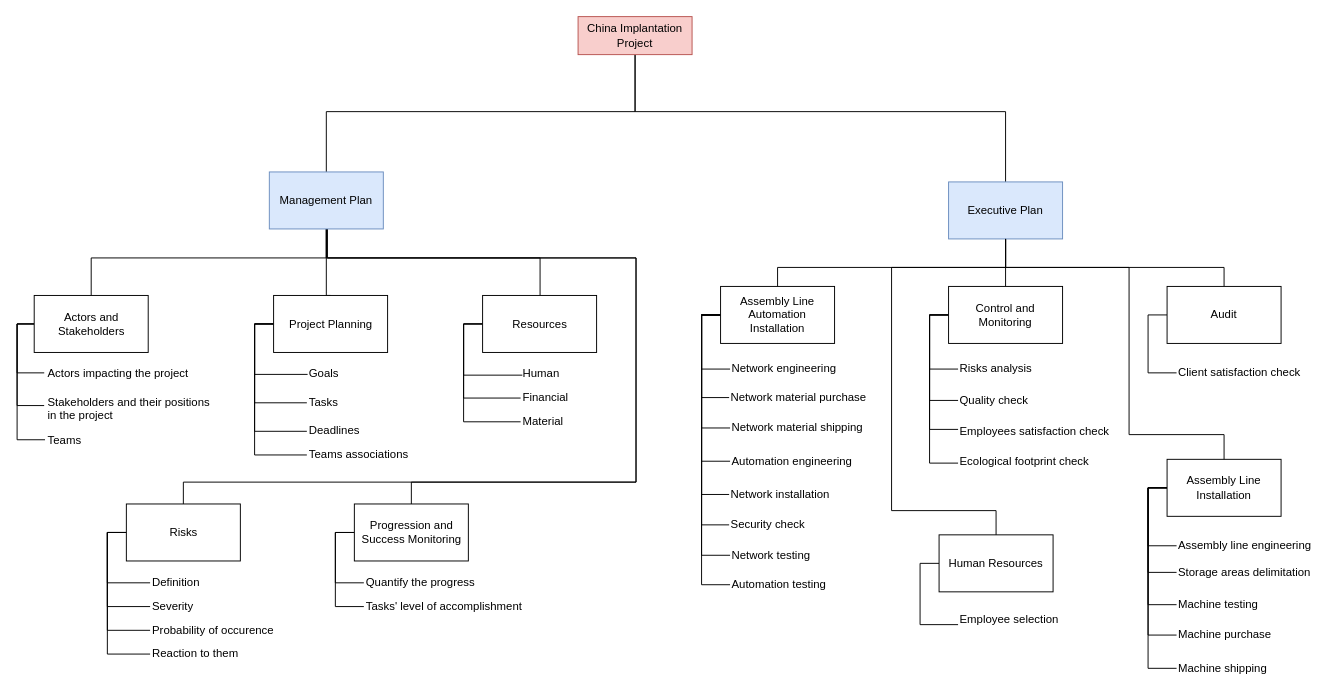
Before: WBS Management Inter.drawio in RomainJunca/ManagementInterA5, a draw.io diagram. Source tidied: cells renumbered, new cells numbered last; positions are measured from the earlier drawing's top-left corner, leaving out a move shared by most shapes. Both pictures are drawn from the tidied source at 95%, with x=0, y=0 at pixel (16, 16).
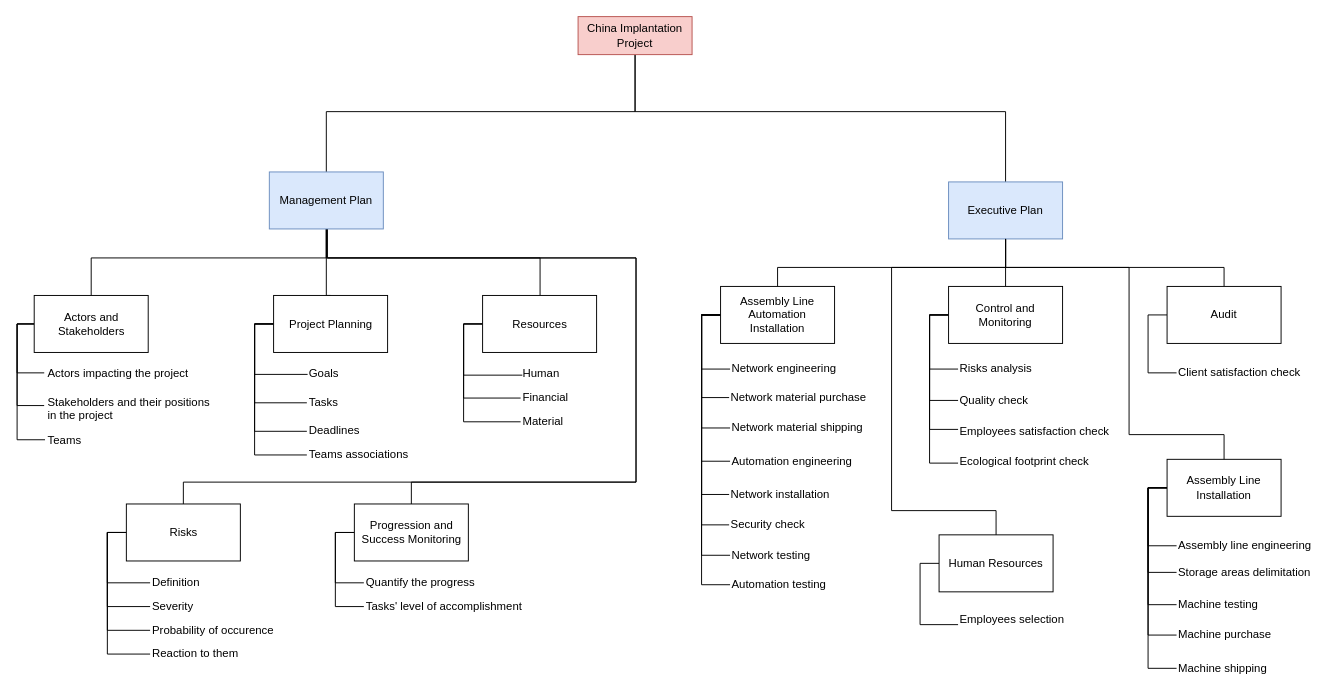
Above is the later version.

Diff of the diagram source:
```diff
@@
-    <mxCell id="94" value="Employee selection" style="text;html=1;points=[];align=left;verticalAlign=top;spacingTop=-4;" parent="1" vertex="1">
-      <mxGeometry x="991" y="625" width="120" height="20" as="geometry" />
+    <mxCell id="94" value="Employees selection" style="text;html=1;points=[];align=left;verticalAlign=top;spacingTop=-4;" parent="1" vertex="1">
+      <mxGeometry x="991" y="625" width="130" height="20" as="geometry" />
     </mxCell>
```
